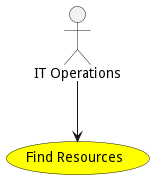
madajaju/edgemere keeps this PlantUML diagram as docs/edgemere/sml/cb/usecases/findresources/Activities.png. Above is the earlier version.
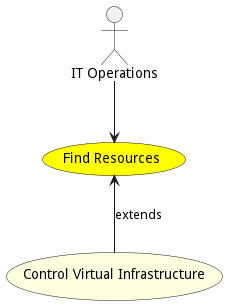
After the commit.

The edit, as a diff of the source:
```diff
@@ -11,6 +11,10 @@
 
 
 
+usecase "Control Virtual Infrastructure" as ControlVirtualInfrastructure #lightyellow
+
+FindResources <-- ControlVirtualInfrastructure : extends
+
 
 
 
```
